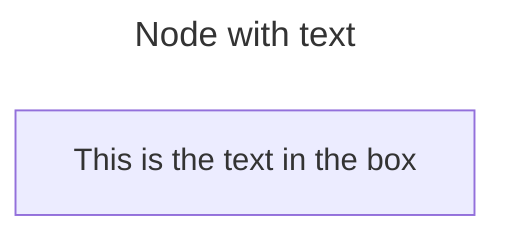
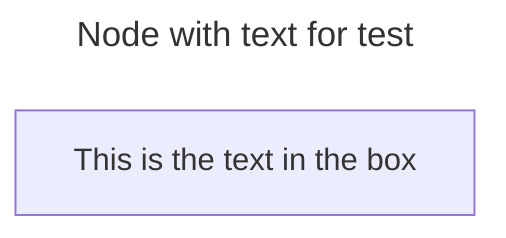
---
- title: Node with text
+ title: Node with text for test
---
flowchart LR
    id1[This is the text in the box]
